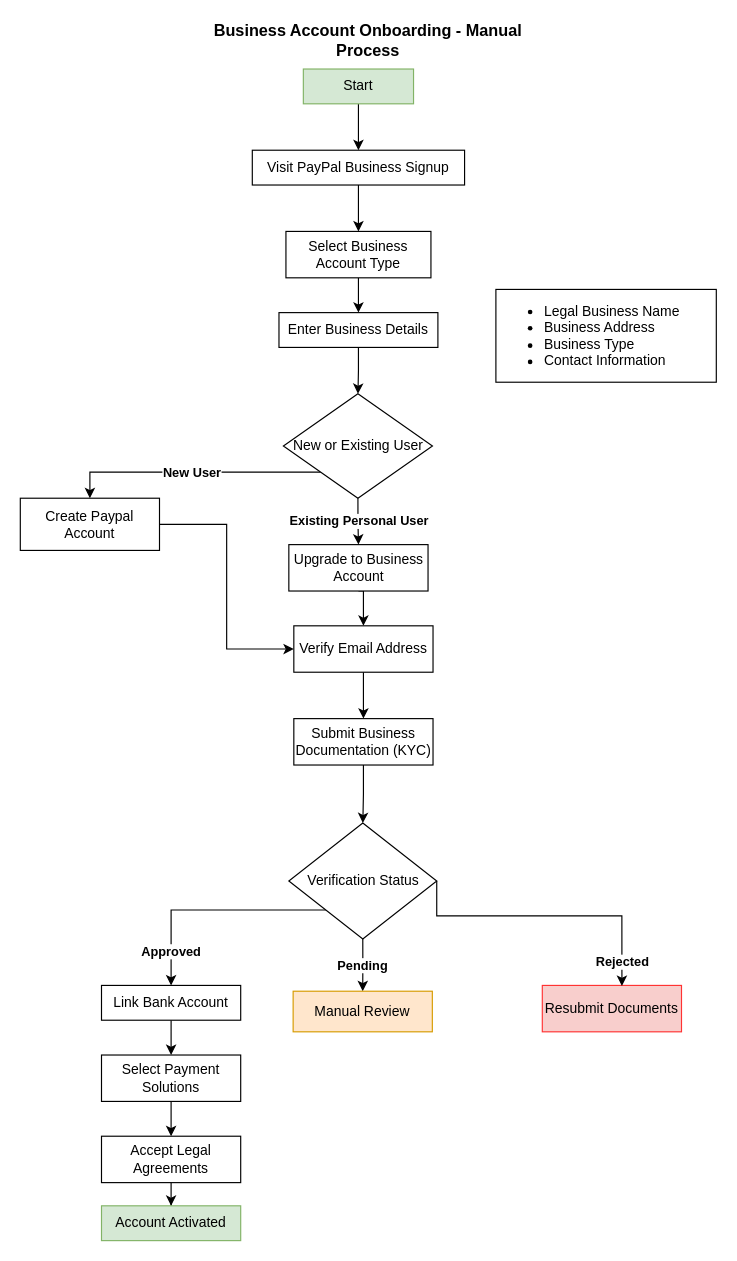
This is page "Direct_Merchant_Onboarding" (3 of 4) of flow-charts/paypal-merchant-onboarding.drawio from rajneeshpatel07/payal-payments, a draw.io file, before an edit. Source tidied: cells renumbered, new cells numbered last; positions are measured from the earlier drawing's top-left corner, leaving out a move shared by most shapes. Both pictures are drawn from the tidied source at 116%, with x=0, y=0 at pixel (20, 22).
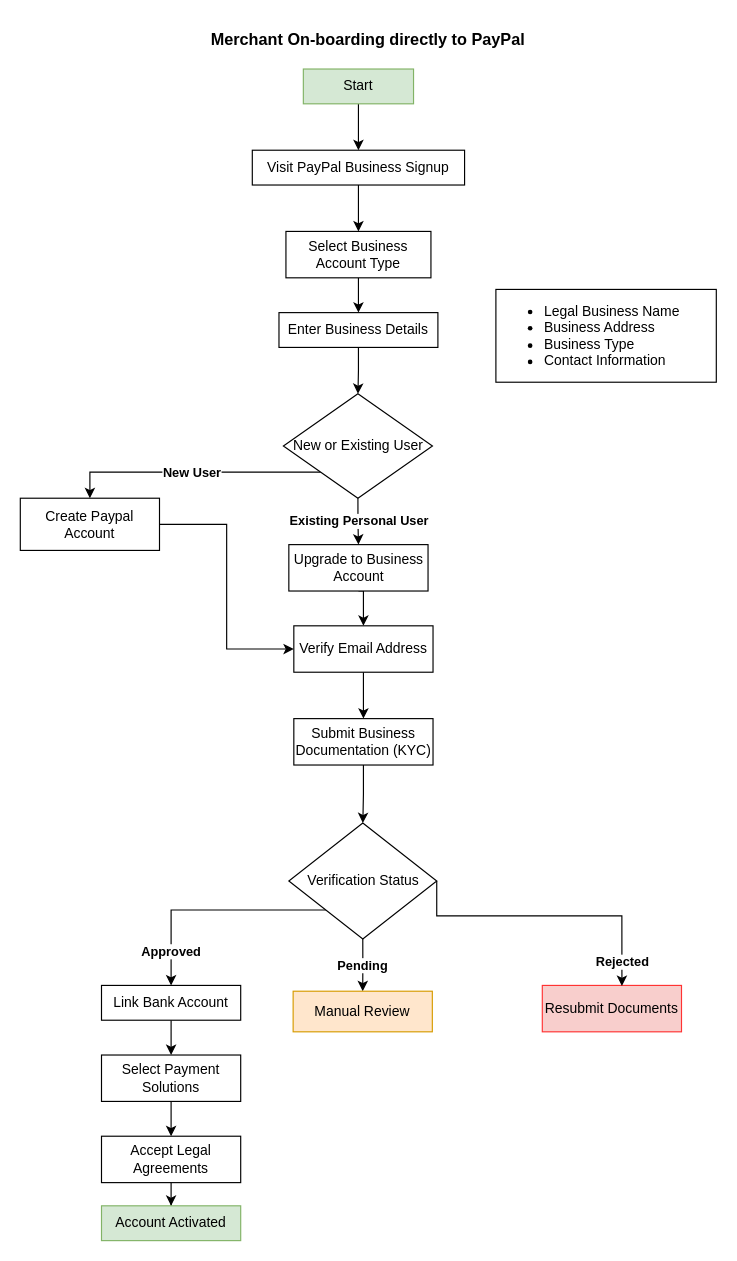
The same diagram, later.

What changed in the source:
```diff
@@
-    <mxCell id="2" value="Business Account Onboarding - Manual Process" style="text;html=1;align=center;verticalAlign=middle;whiteSpace=wrap;rounded=0;fontSize=14;fontStyle=1;" parent="1" vertex="1">
+    <mxCell id="2" value="Merchant On-boarding directly to PayPal" style="text;html=1;align=center;verticalAlign=middle;whiteSpace=wrap;rounded=0;fontSize=14;fontStyle=1;" parent="1" vertex="1">
       <mxGeometry x="160" width="280" height="30" as="geometry" />
     </mxCell>
```
